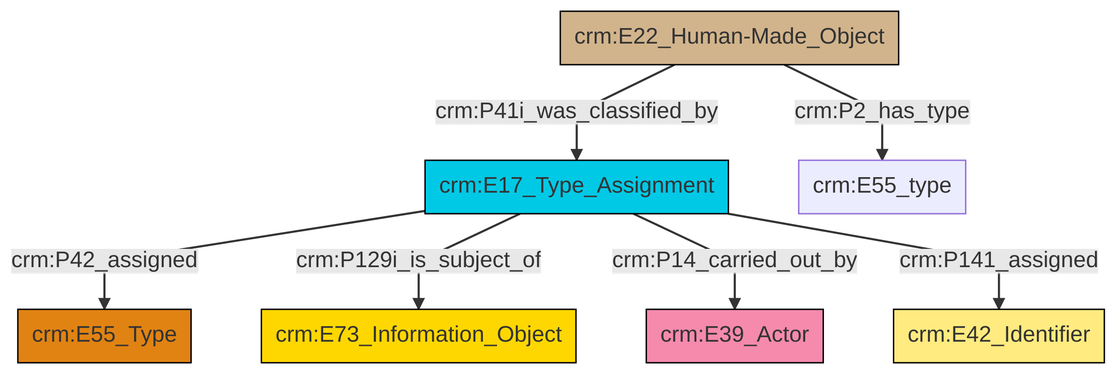
swiss-art-research-net/docs.swissartresearch keeps this Mermaid diagram as et/builtWorkCSV/ttl/mmd/png/Built_Work_designation_status.png. Above is the earlier version. Its source is kept beside it as et/builtWorkCSV/ttl/mmd/Built_Work_designation_status.ttl.mmd.
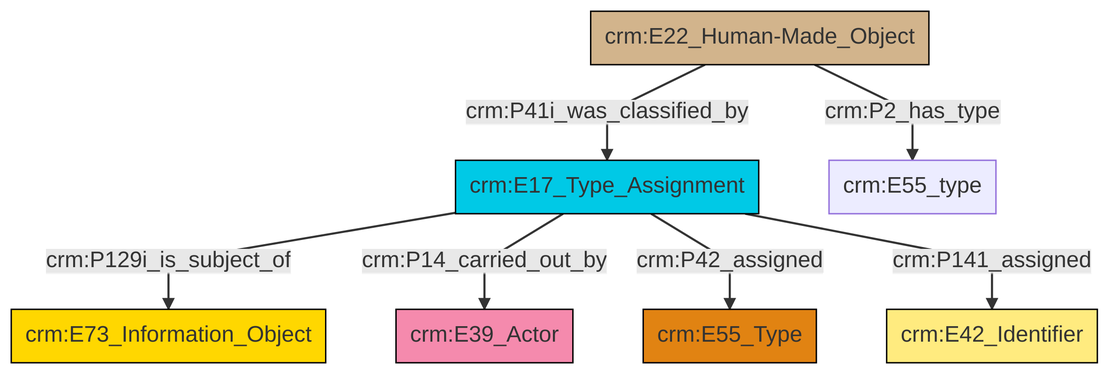
After the change.

Diff of the diagram source:
```diff
@@ -13,9 +13,9 @@
 classDef PC_Classes fill:#4ce600, stroke:#000000;
 classDef Multi fill:#cccccc,stroke:#000000;
 
-0["crm:E22_Human-Made_Object"]:::Physical_Thing -->|crm:P41i_was_classified_by| 1["crm:E17_Type_Assignment"]:::Temporal_Entity
-1["crm:E17_Type_Assignment"]:::Temporal_Entity -->|crm:P42_assigned| 2["crm:E55_Type"]:::Type
-1["crm:E17_Type_Assignment"]:::Temporal_Entity -->|crm:P129i_is_subject_of| 9["crm:E73_Information_Object"]:::Conceptual_Object
-1["crm:E17_Type_Assignment"]:::Temporal_Entity -->|crm:P14_carried_out_by| 5["crm:E39_Actor"]:::Actor
-1["crm:E17_Type_Assignment"]:::Temporal_Entity -->|crm:P141_assigned| 7["crm:E42_Identifier"]:::Appellation
-0["crm:E22_Human-Made_Object"]:::Physical_Thing -->|crm:P2_has_type| 12["crm:E55_type"]:::Default
+4["crm:E17_Type_Assignment"]:::Temporal_Entity -->|crm:P129i_is_subject_of| 0["crm:E73_Information_Object"]:::Conceptual_Object
+5["crm:E22_Human-Made_Object"]:::Physical_Thing -->|crm:P41i_was_classified_by| 4["crm:E17_Type_Assignment"]:::Temporal_Entity
+4["crm:E17_Type_Assignment"]:::Temporal_Entity -->|crm:P14_carried_out_by| 2["crm:E39_Actor"]:::Actor
+5["crm:E22_Human-Made_Object"]:::Physical_Thing -->|crm:P2_has_type| 10["crm:E55_type"]:::Default
+4["crm:E17_Type_Assignment"]:::Temporal_Entity -->|crm:P42_assigned| 11["crm:E55_Type"]:::Type
+4["crm:E17_Type_Assignment"]:::Temporal_Entity -->|crm:P141_assigned| 7["crm:E42_Identifier"]:::Appellation
```
